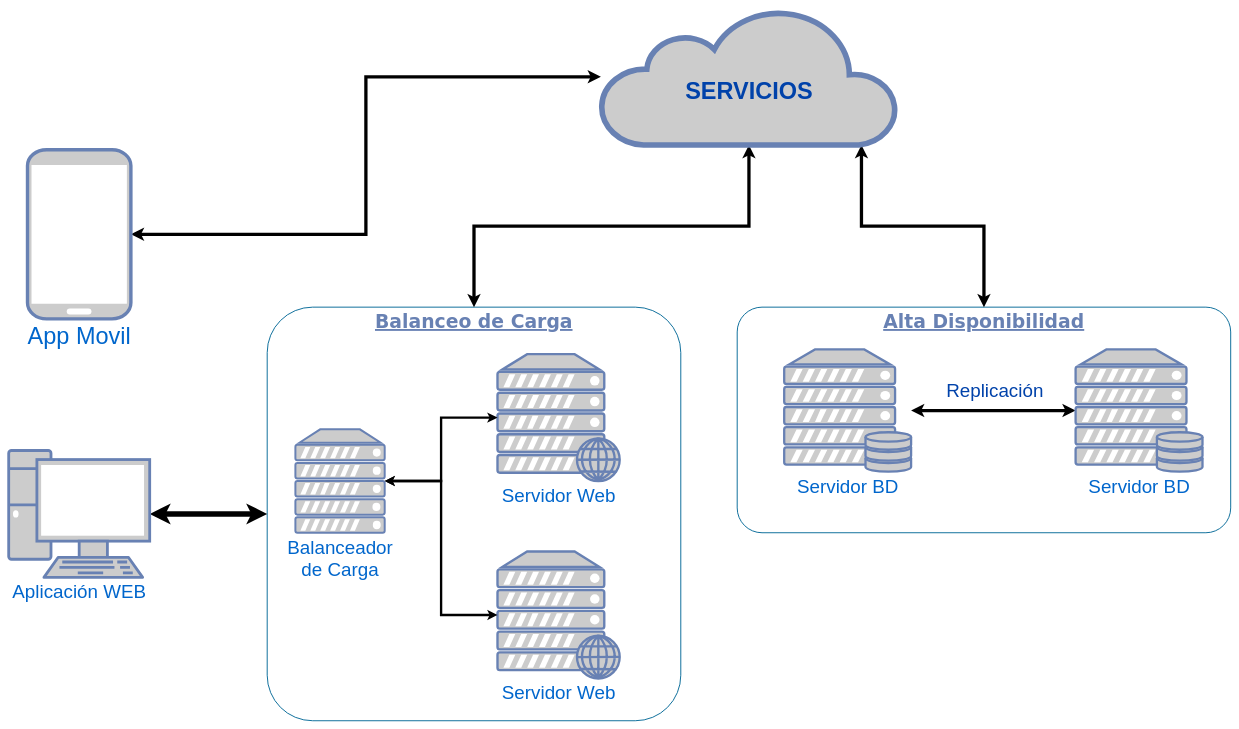
Before: Untitled Diagram.drawio in santiagojara/backend-test, a draw.io diagram. Source tidied: cells renumbered, new cells numbered last; positions are measured from the earlier drawing's top-left corner, leaving out a move shared by most shapes. Both pictures are drawn from the tidied source at 47%, with x=0, y=0 at pixel (8, 8).
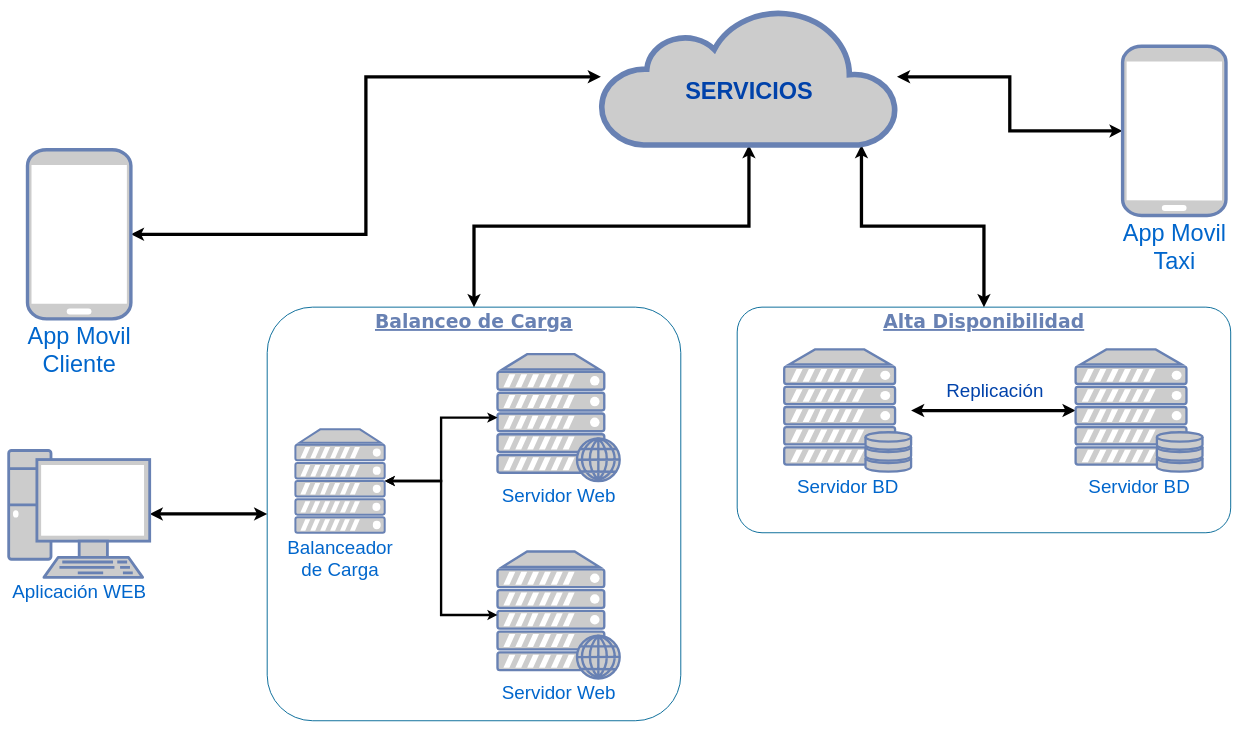
Above is the later version.

The change refers to these unchanged cells:
```xml
<mxCell id="2" value="&lt;font style=&quot;font-size: 40px;&quot;&gt;&lt;b&gt;&lt;u&gt;Balanceo de Carga&lt;/u&gt;&lt;/b&gt;&lt;/font&gt;" style="rounded=1;whiteSpace=wrap;html=1;shadow=0;comic=0;strokeColor=#036897;strokeWidth=2;fillColor=none;fontFamily=Verdana;fontSize=28;fontColor=#6881B3;align=center;arcSize=11;verticalAlign=top;" parent="1" vertex="1">
  <mxGeometry x="550" y="635" width="880" height="880" as="geometry" />
</mxCell>
<mxCell id="8" value="&lt;span style=&quot;font-size: 40px;&quot;&gt;Aplicación WEB&lt;br&gt;&lt;/span&gt;" style="fontColor=#0066CC;verticalAlign=top;verticalLabelPosition=bottom;labelPosition=center;align=center;html=1;fillColor=#CCCCCC;strokeColor=#6881B3;gradientColor=none;gradientDirection=north;strokeWidth=2;shape=mxgraph.networks.pc;rounded=0;shadow=0;comic=0;" parent="1" vertex="1">
  <mxGeometry y="940" width="300" height="270" as="geometry" />
</mxCell>
<mxCell id="18" value="&lt;font size=&quot;1&quot;&gt;&lt;b style=&quot;font-size: 50px;&quot;&gt;&lt;br&gt;&lt;font color=&quot;#0042aa&quot;&gt;SERVICIOS&lt;/font&gt;&lt;/b&gt;&lt;/font&gt;" style="html=1;outlineConnect=0;fillColor=#CCCCCC;strokeColor=#6881B3;gradientColor=none;gradientDirection=north;strokeWidth=2;shape=mxgraph.networks.cloud;fontColor=#ffffff;" parent="1" vertex="1">
  <mxGeometry x="1260" width="630" height="290" as="geometry" />
</mxCell>
```

The edit, as a diff of the source:
```diff
@@
-    <mxCell id="7" style="edgeStyle=orthogonalEdgeStyle;rounded=0;jettySize=auto;html=1;fontSize=40;entryX=1;entryY=0.5;entryDx=0;entryDy=0;strokeWidth=12;entryPerimeter=0;exitX=0;exitY=0.5;exitDx=0;exitDy=0;startArrow=classic;startFill=1;" parent="1" edge="1" source="2" target="8">
+    <mxCell id="7" style="edgeStyle=orthogonalEdgeStyle;rounded=0;jettySize=auto;html=1;fontSize=40;entryX=1;entryY=0.5;entryDx=0;entryDy=0;strokeWidth=7;entryPerimeter=0;exitX=0;exitY=0.5;exitDx=0;exitDy=0;startArrow=classic;startFill=1;" parent="1" edge="1" source="2" target="8">
       <mxGeometry relative="1" as="geometry" />
     </mxCell>
@@
+    <mxCell id="20" style="edgeStyle=orthogonalEdgeStyle;rounded=0;jettySize=auto;html=1;strokeWidth=7;fontSize=40;fontColor=#0042aa;startArrow=classic;startFill=1;" parent="1" edge="1" source="18" target="21">
+      <mxGeometry relative="1" as="geometry" />
+    </mxCell>
@@
-    <mxCell id="19" value="App Movil" style="fontColor=#0066CC;verticalAlign=top;verticalLabelPosition=bottom;labelPosition=center;align=center;html=1;outlineConnect=0;fillColor=#CCCCCC;strokeColor=#6881B3;gradientColor=none;gradientDirection=north;strokeWidth=2;shape=mxgraph.networks.mobile;fontSize=50;" parent="1" vertex="1">
+    <mxCell id="19" value="App Movil&lt;br&gt;Cliente" style="fontColor=#0066CC;verticalAlign=top;verticalLabelPosition=bottom;labelPosition=center;align=center;html=1;outlineConnect=0;fillColor=#CCCCCC;strokeColor=#6881B3;gradientColor=none;gradientDirection=north;strokeWidth=2;shape=mxgraph.networks.mobile;fontSize=50;" parent="1" vertex="1">
       <mxGeometry x="40" y="300" width="220" height="360" as="geometry" />
     </mxCell>
+    <mxCell id="21" value="App Movil&lt;br&gt;Taxi" style="fontColor=#0066CC;verticalAlign=top;verticalLabelPosition=bottom;labelPosition=center;align=center;html=1;outlineConnect=0;fillColor=#CCCCCC;strokeColor=#6881B3;gradientColor=none;gradientDirection=north;strokeWidth=2;shape=mxgraph.networks.mobile;fontSize=50;" parent="1" vertex="1">
+      <mxGeometry x="2370" y="80" width="220" height="360" as="geometry" />
+    </mxCell>
```
